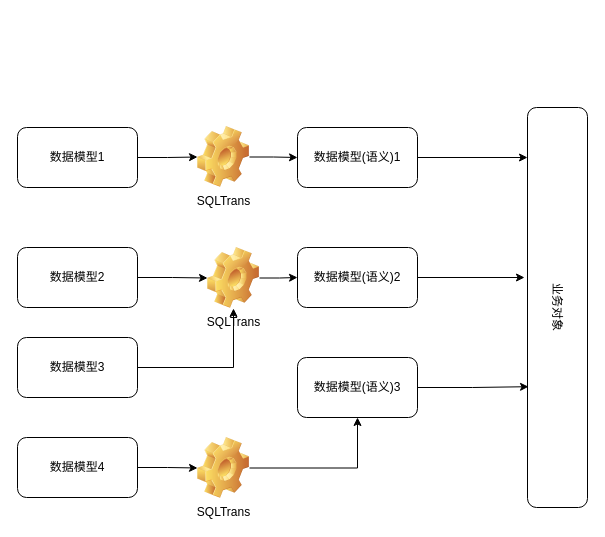
Above: others/未命名绘图.drawio in lupingqiu/doc (draw.io), before the change. Source tidied: cells renumbered, new cells numbered last; positions are measured from the earlier drawing's top-left corner, leaving out a move shared by most shapes. Both pictures are drawn from the tidied source at 100%, with x=0, y=0 at pixel (17, 126).
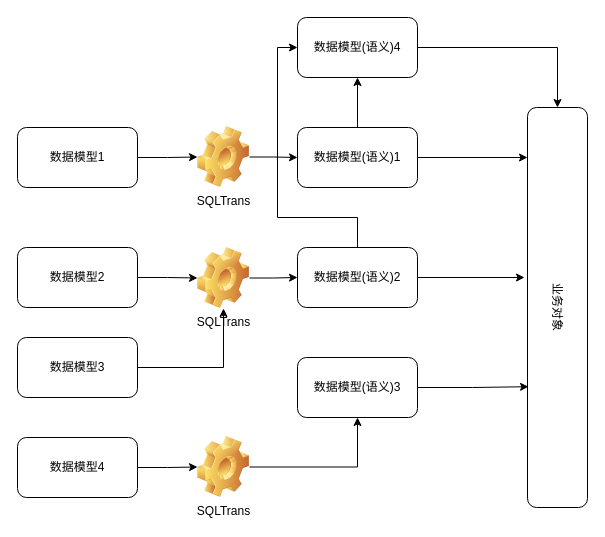
The same diagram, later.

Commit message:
更新未命名绘图.drawio

Unchanged cells that the change refers to:
```xml
<mxCell id="11" value="数据模型(语义)2" style="rounded=1;whiteSpace=wrap;html=1;" parent="1" vertex="1">
  <mxGeometry x="280" y="121" width="120" height="60" as="geometry" />
</mxCell>
<mxCell id="13" value="数据模型(语义)1" style="rounded=1;whiteSpace=wrap;html=1;" parent="1" vertex="1">
  <mxGeometry x="280" y="1" width="120" height="60" as="geometry" />
</mxCell>
<mxCell id="18" value="业务对象" style="rounded=1;whiteSpace=wrap;html=1;rotation=90;" parent="1" vertex="1">
  <mxGeometry x="340" y="151" width="400" height="60" as="geometry" />
</mxCell>
```

Diff of the diagram source:
```diff
@@
     <mxCell id="9" value="SQLTrans" style="shape=image;html=1;verticalLabelPosition=bottom;verticalAlign=top;imageAspect=1;image=img/clipart/Gear_128x128.png;" parent="1" vertex="1">
-      <mxGeometry x="190" y="121" width="52" height="61" as="geometry" />
+      <mxGeometry x="180" y="121" width="52" height="61" as="geometry" />
     </mxCell>
@@
+    <mxCell id="23" style="edgeStyle=orthogonalEdgeStyle;rounded=0;jettySize=auto;html=1;exitX=0.5;exitY=0;exitDx=0;exitDy=0;entryX=0;entryY=0.5;entryDx=0;entryDy=0;" parent="1" edge="1" source="11" target="26">
+      <mxGeometry relative="1" as="geometry">
+        <Array as="points">
+          <mxPoint x="340" y="91" />
+          <mxPoint x="260" y="91" />
+          <mxPoint x="260" y="-79" />
+        </Array>
+      </mxGeometry>
+    </mxCell>
@@
+    <mxCell id="24" style="edgeStyle=orthogonalEdgeStyle;rounded=0;jettySize=auto;html=1;exitX=0.5;exitY=0;exitDx=0;exitDy=0;entryX=0.5;entryY=1;entryDx=0;entryDy=0;" parent="1" edge="1" source="13" target="26">
+      <mxGeometry relative="1" as="geometry" />
+    </mxCell>
@@
     <mxCell id="22" value="SQLTrans" style="shape=image;html=1;verticalLabelPosition=bottom;verticalAlign=top;imageAspect=1;image=img/clipart/Gear_128x128.png;" parent="1" vertex="1">
-      <mxGeometry x="180" y="311" width="52" height="61" as="geometry" />
+      <mxGeometry x="180" y="310" width="52" height="61" as="geometry" />
     </mxCell>
+    <mxCell id="25" style="edgeStyle=orthogonalEdgeStyle;rounded=0;jettySize=auto;html=1;exitX=1;exitY=0.5;exitDx=0;exitDy=0;entryX=0;entryY=0.5;entryDx=0;entryDy=0;" parent="1" edge="1" source="26" target="18">
+      <mxGeometry relative="1" as="geometry" />
+    </mxCell>
+    <mxCell id="26" value="数据模型(语义)4" style="rounded=1;whiteSpace=wrap;html=1;" parent="1" vertex="1">
+      <mxGeometry x="280" y="-109" width="120" height="60" as="geometry" />
+    </mxCell>
```
